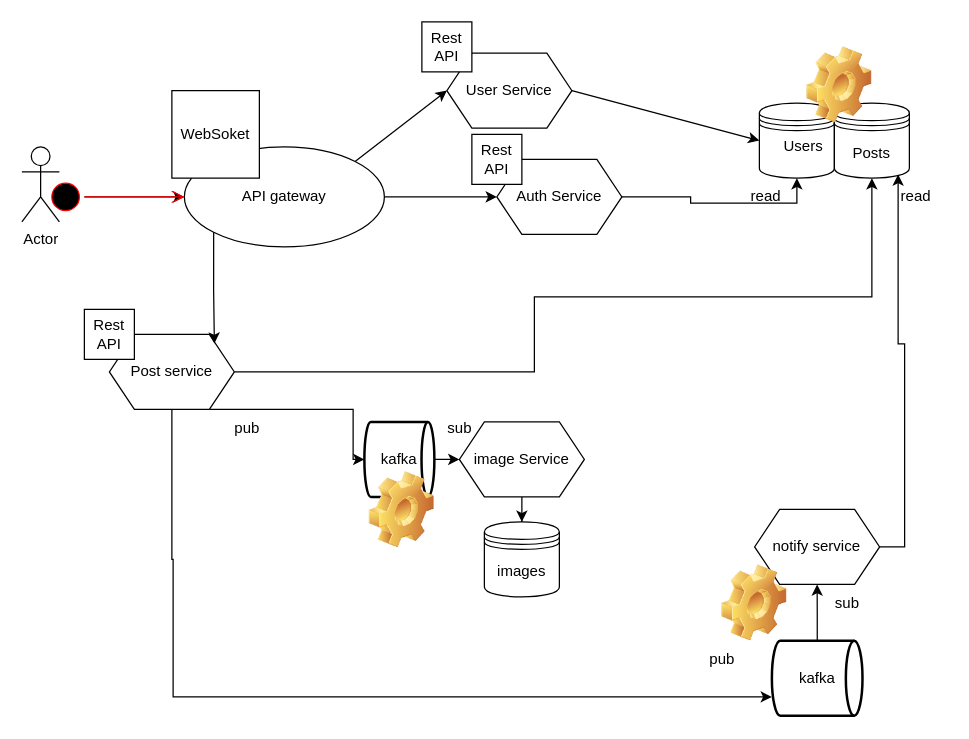
maxfa5/image-boarg keeps this draw.io diagram as src/Диаграмма без названия.drawio. Above is the earlier version. Source tidied: cells renumbered, new cells numbered last; positions are measured from the earlier drawing's top-left corner, leaving out a move shared by most shapes. Both pictures are drawn from the tidied source at 125%, with x=0, y=0 at pixel (21, 21).
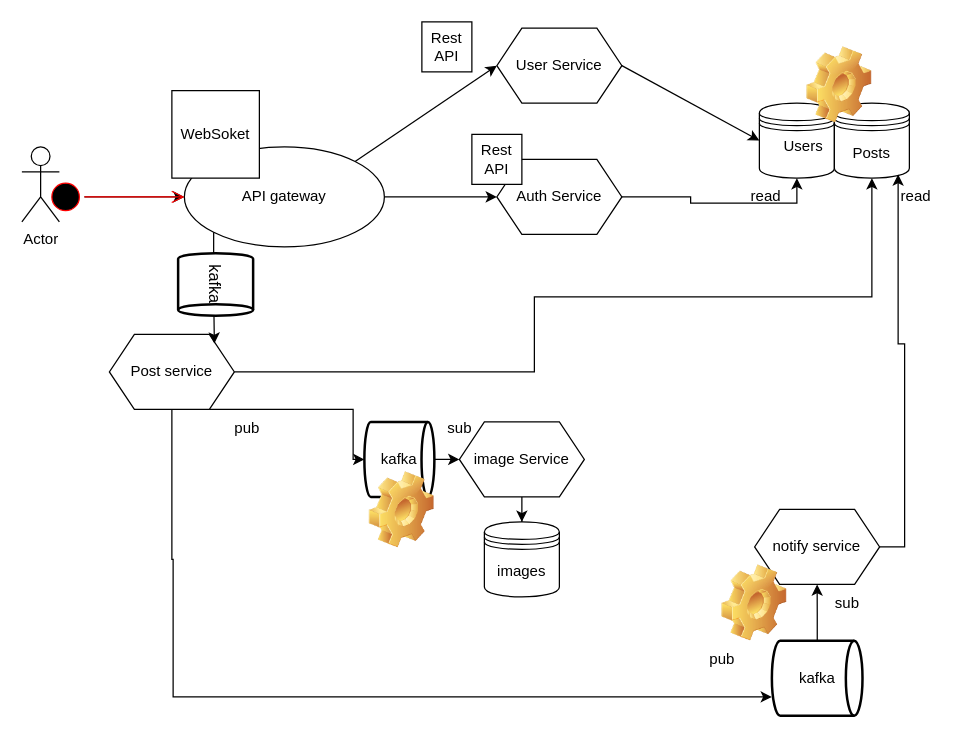
Above is the later version.

The edit, as a diff of the source:
```diff
@@
     <mxCell id="12" value="User Service" style="rounded=0;whiteSpace=wrap;html=1;shape=hexagon;perimeter=hexagonPerimeter2;fixedSize=1;" parent="1" vertex="1">
-      <mxGeometry x="340" y="25" width="100" height="60" as="geometry" />
+      <mxGeometry x="380" y="5" width="100" height="60" as="geometry" />
     </mxCell>
@@
-    <mxCell id="20" value="Rest API" style="whiteSpace=wrap;html=1;" parent="1" vertex="1">
-      <mxGeometry x="50" y="230" width="40" height="40" as="geometry" />
-    </mxCell>
@@
+    <mxCell id="43" value="&lt;font style=&quot;font-size: 13px;&quot;&gt;kafka&lt;/font&gt;" style="strokeWidth=2;html=1;shape=mxgraph.flowchart.direct_data;whiteSpace=wrap;rotation=90;" parent="1" vertex="1">
+      <mxGeometry x="130" y="180" width="50" height="60" as="geometry" />
+    </mxCell>
```
